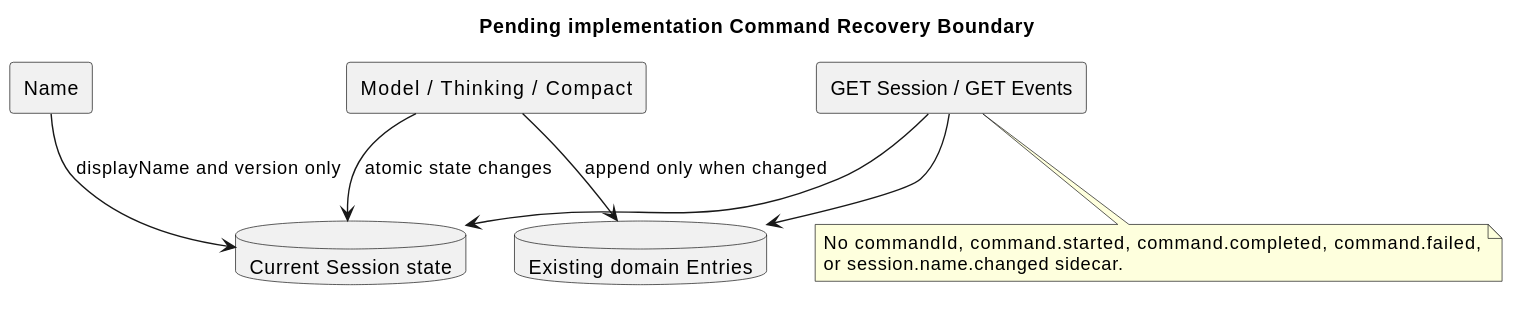
This is 01-总体架构/01-CampusClaw多Agent运行时/设计图/Command/command_authoritative_state.svg from ssm0808/pi-mono-java-design, a PlantUML export, as it was before one commit.
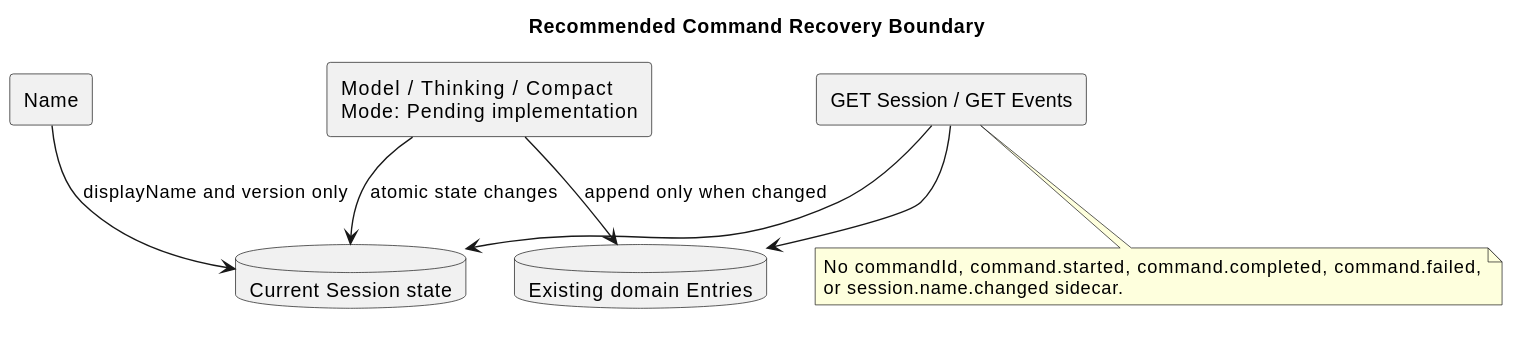
Later version of the same file.

The edit, as a diff of the source:
```diff
@@ -1,8 +1,8 @@
 @startuml
-title Pending implementation Command Recovery Boundary
+title Recommended Command Recovery Boundary
 skinparam shadowing false
 rectangle "Name" as Name
-rectangle "Model / Thinking / Compact" as Domain
+rectangle "Model / Thinking / Compact\nMode: Pending implementation" as Domain
 database "Current Session state" as State
 database "Existing domain Entries" as Entries
 rectangle "GET Session / GET Events" as Query
```
